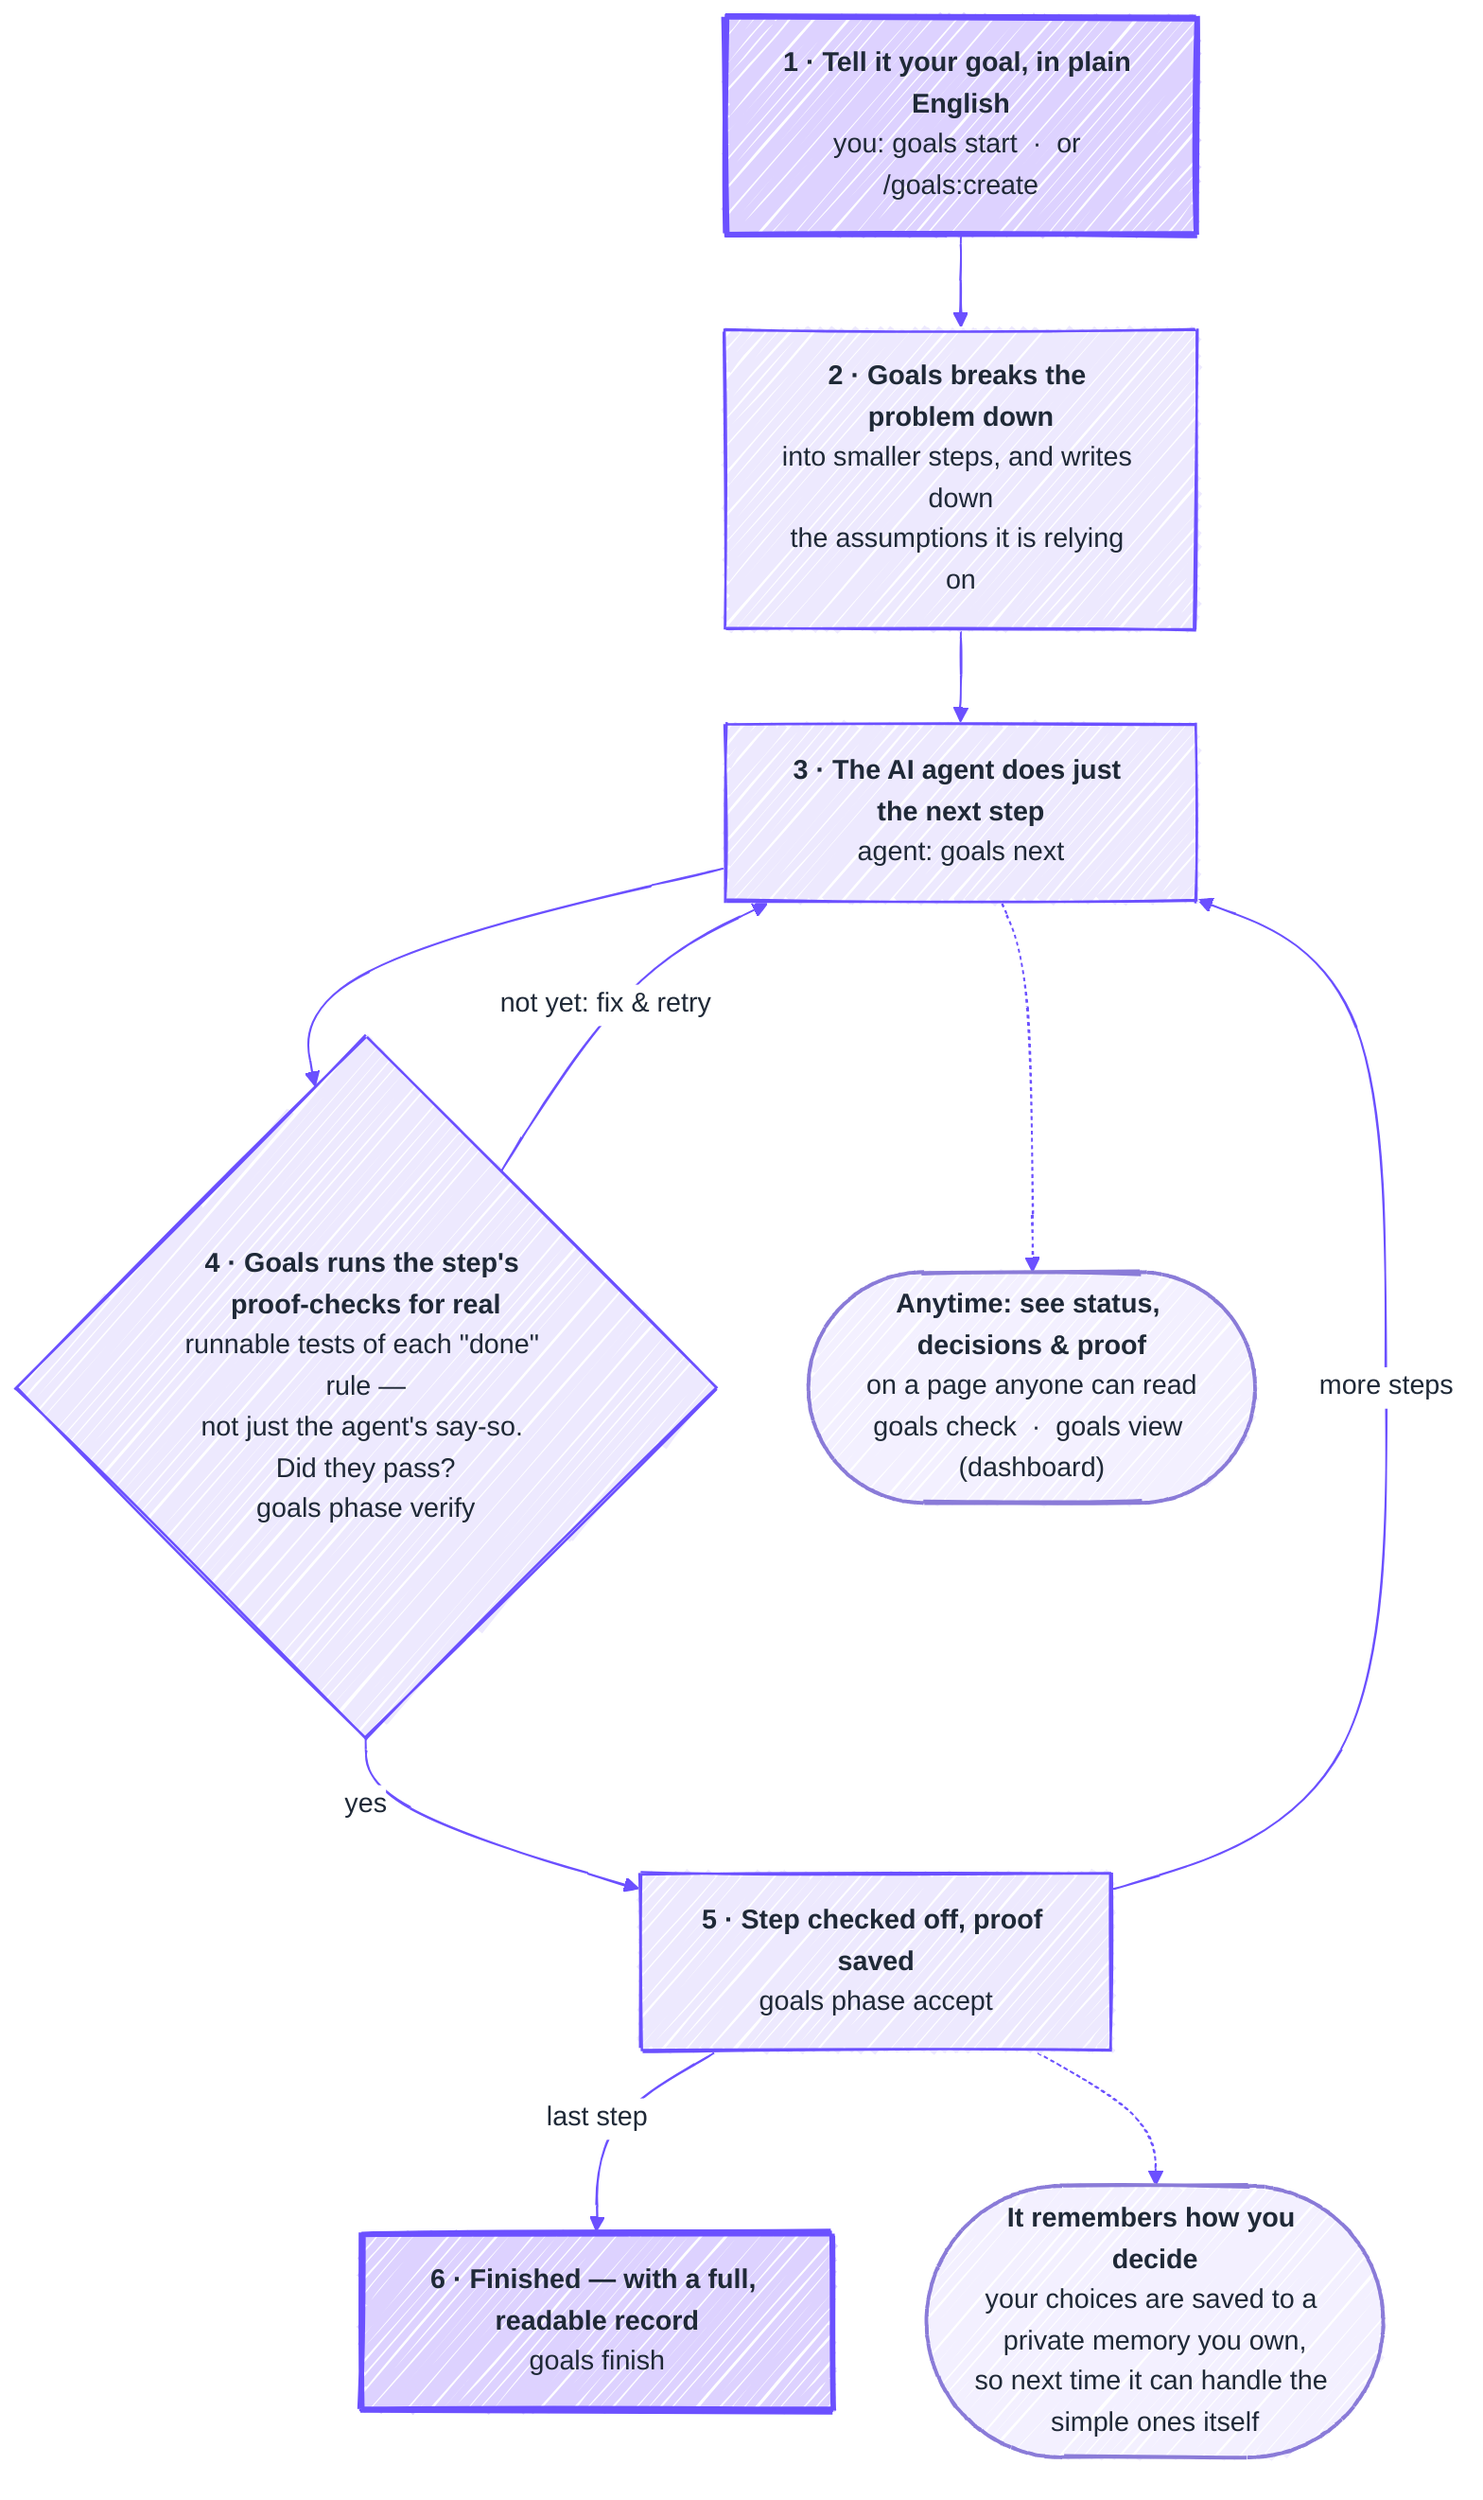
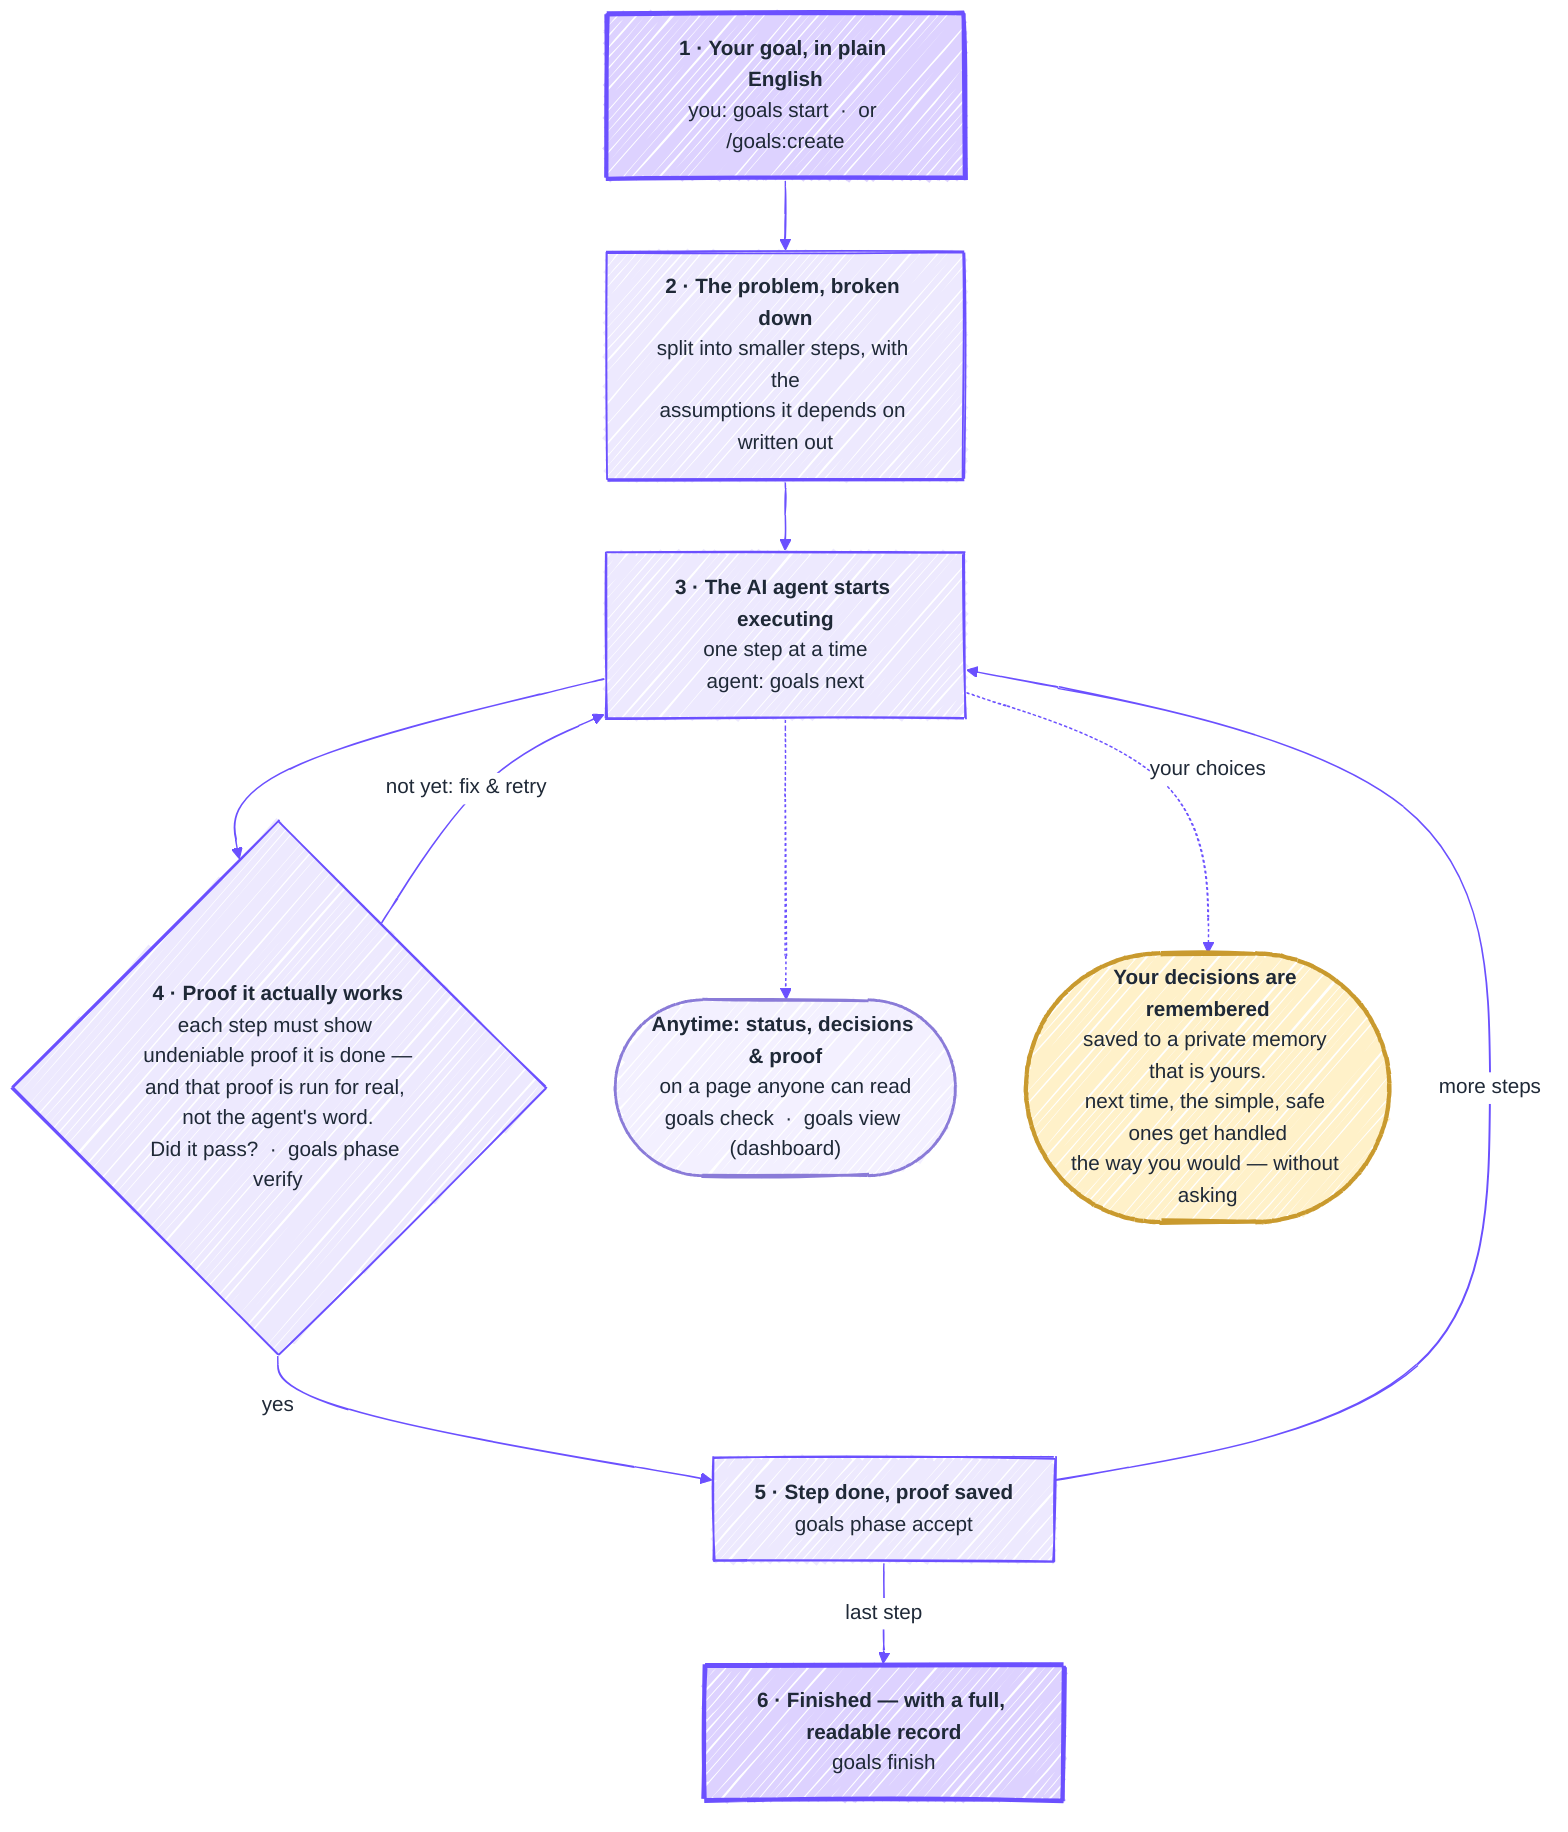
---
config:
  look: handDrawn
  theme: base
  themeVariables:
    primaryColor: "#EDE9FE"
    primaryBorderColor: "#6B50FF"
    primaryTextColor: "#1F2937"
    lineColor: "#6B50FF"
    edgeLabelBackground: "#ffffff"
    fontSize: "15px"
---
flowchart TD
-     A["<b>1 · Tell it your goal, in plain English</b><br/>you: goals start  ·  or /goals:create"]
-     B["<b>2 · Goals breaks the problem down</b><br/>into smaller steps, and writes down<br/>the assumptions it is relying on"]
-     C["<b>3 · The AI agent does just the next step</b><br/>agent: goals next"]
-     D{"<b>4 · Goals runs the step's proof-checks for real</b><br/>runnable tests of each &quot;done&quot; rule —<br/>not just the agent's say-so. Did they pass?<br/>goals phase verify"}
-     E["<b>5 · Step checked off, proof saved</b><br/>goals phase accept"]
+     A["<b>1 · Your goal, in plain English</b><br/>you: goals start  ·  or /goals:create"]
+     B["<b>2 · The problem, broken down</b><br/>split into smaller steps, with the<br/>assumptions it depends on written out"]
+     C["<b>3 · The AI agent starts executing</b><br/>one step at a time<br/>agent: goals next"]
+     D{"<b>4 · Proof it actually works</b><br/>each step must show undeniable proof it is done —<br/>and that proof is run for real, not the agent's word.<br/>Did it pass?  ·  goals phase verify"}
+     E["<b>5 · Step done, proof saved</b><br/>goals phase accept"]
    F["<b>6 · Finished — with a full, readable record</b><br/>goals finish"]
-     DASH(["<b>Anytime: see status, decisions &amp; proof</b><br/>on a page anyone can read<br/>goals check  ·  goals view (dashboard)"])
-     MEM(["<b>It remembers how you decide</b><br/>your choices are saved to a private memory you own,<br/>so next time it can handle the simple ones itself"])
+     DASH(["<b>Anytime: status, decisions &amp; proof</b><br/>on a page anyone can read<br/>goals check  ·  goals view (dashboard)"])
+     MEM(["<b>Your decisions are remembered</b><br/>saved to a private memory that is yours.<br/>next time, the simple, safe ones get handled<br/>the way you would — without asking"])

    A --> B --> C --> D
    D -- "not yet: fix &amp; retry" --> C
    D -- "yes" --> E
    E -- "more steps" --> C
    E -- "last step" --> F
    C -.-> DASH
-     E -.-> MEM
+     C -. "your choices" .-> MEM

    classDef youstep fill:#DDD2FF,stroke:#6B50FF,stroke-width:3px,color:#1F2937;
    classDef look fill:#F3F0FF,stroke:#8A7BD8,stroke-width:2px,color:#1F2937;
+     classDef mem fill:#FFF1C9,stroke:#C99A2E,stroke-width:3px,color:#1F2937;
    class A,F youstep;
-     class DASH,MEM look;
+     class DASH look;
+     class MEM mem;
